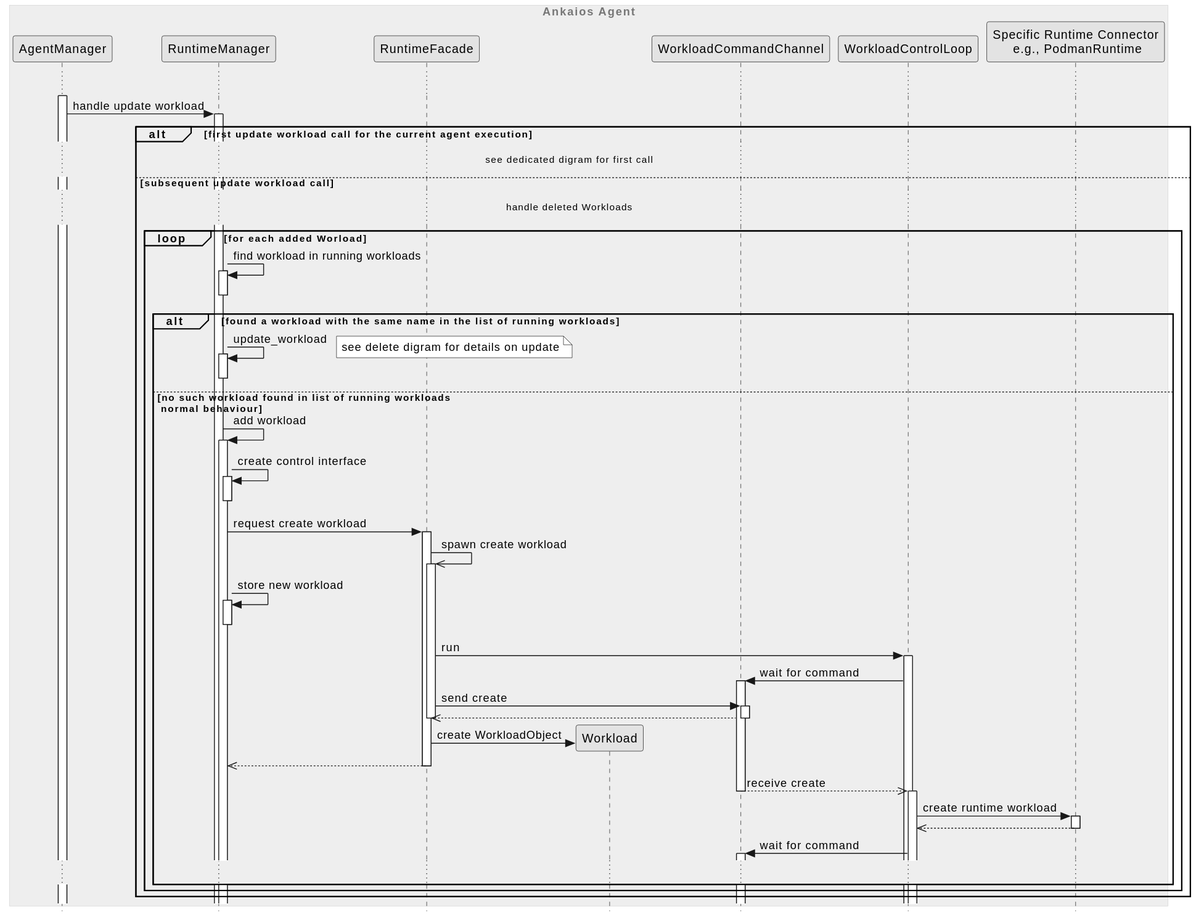
eclipse-ankaios/ankaios keeps this PlantUML diagram as agent/doc/swdesign/plantuml/seq_update_workload_subsequent_added.svg. Above is the earlier version.
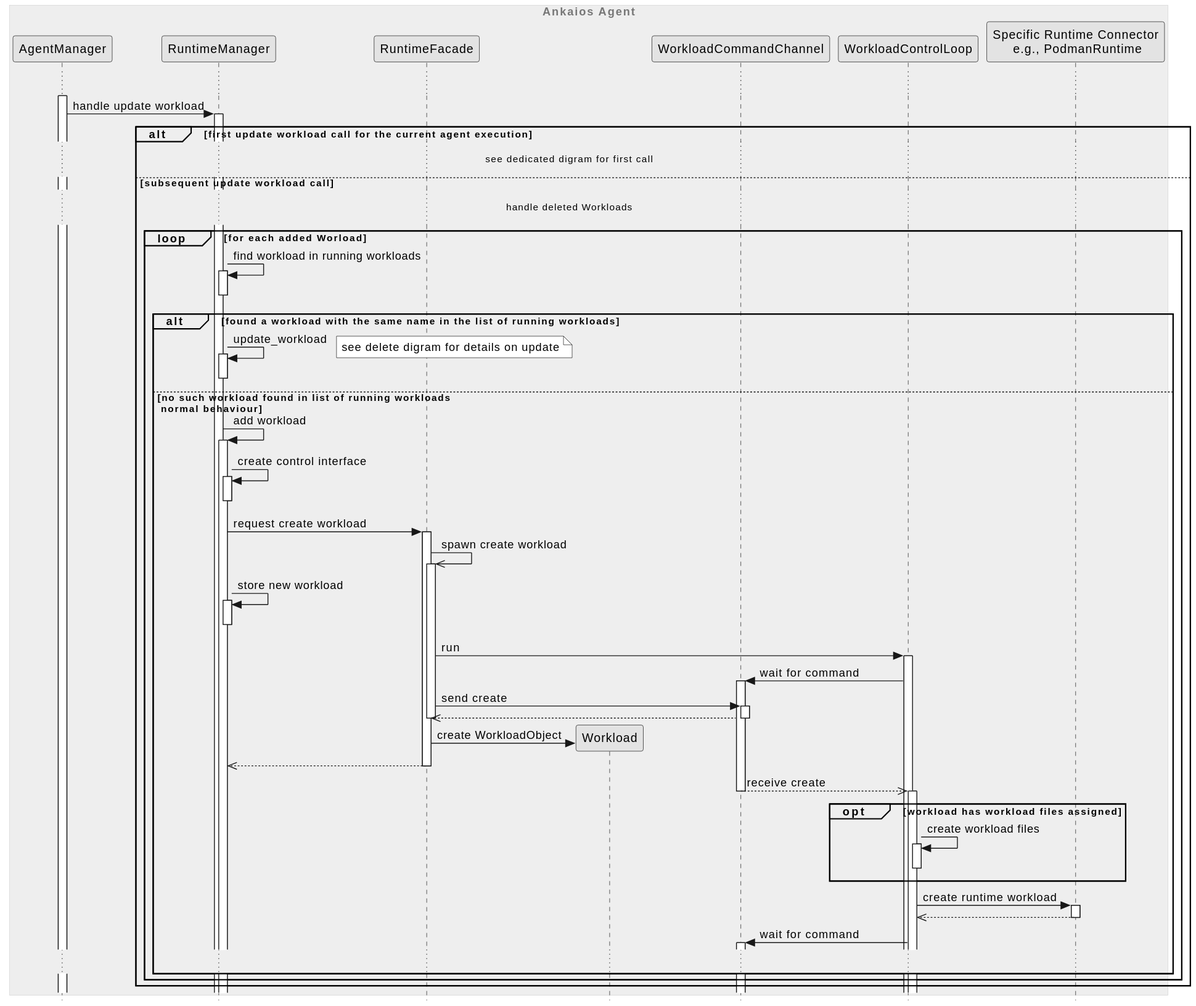
After the change.

Change to the diagram source:
```diff
@@ -50,6 +50,9 @@
             rt_facade -->> runtime_manager --
 
             workload_command -->> workload_control_loop --++: receive create
+            opt workload has workload files assigned
+                workload_control_loop -> workload_control_loop++--: create workload files
+            end
 
             workload_control_loop -> runtime++: create runtime workload
             runtime -->> workload_control_loop --
```
